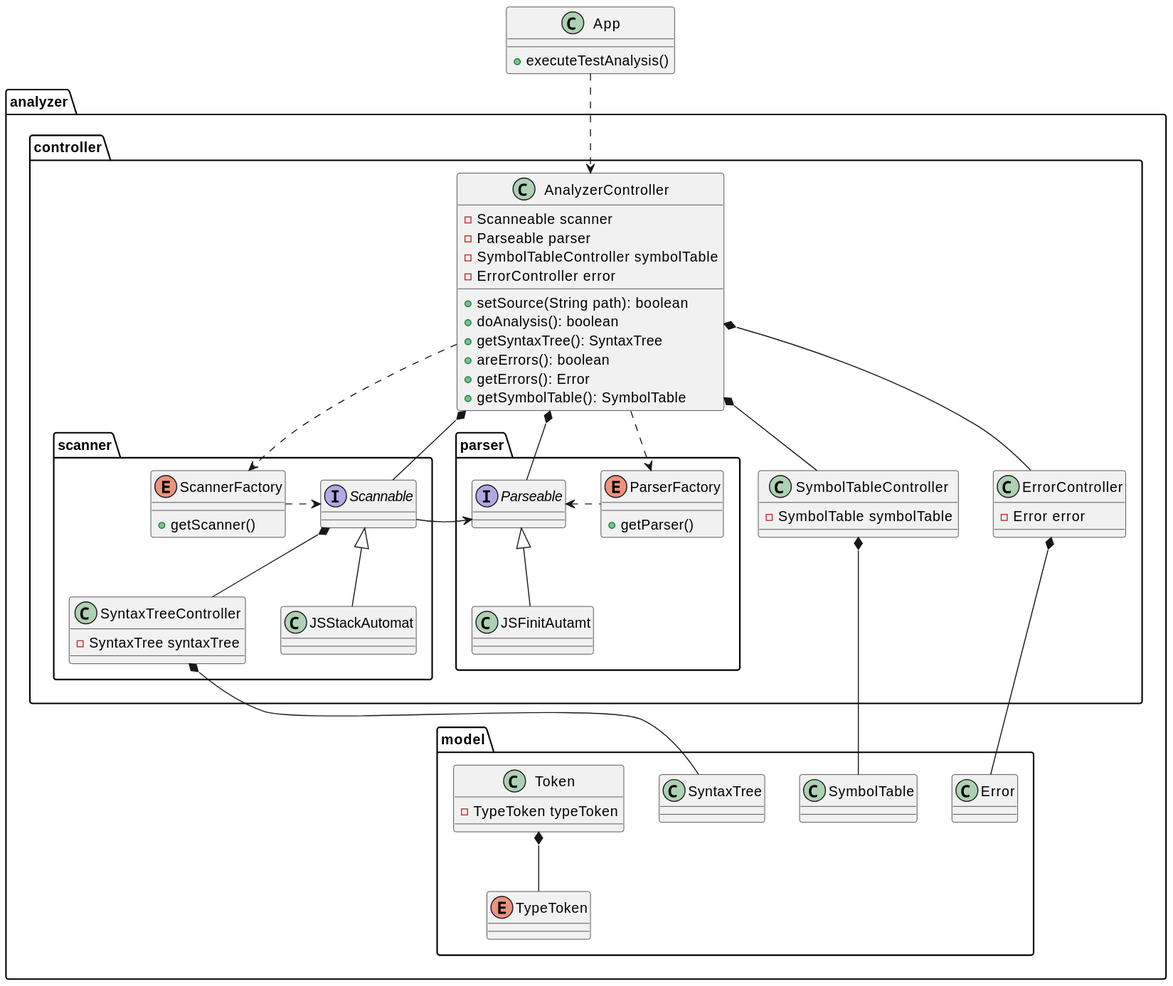
moroquin/parser-scanner-analyzer keeps this PlantUML diagram as docs/out/docs/ClassDiagram/classdiagram.svg. Above is the earlier version.
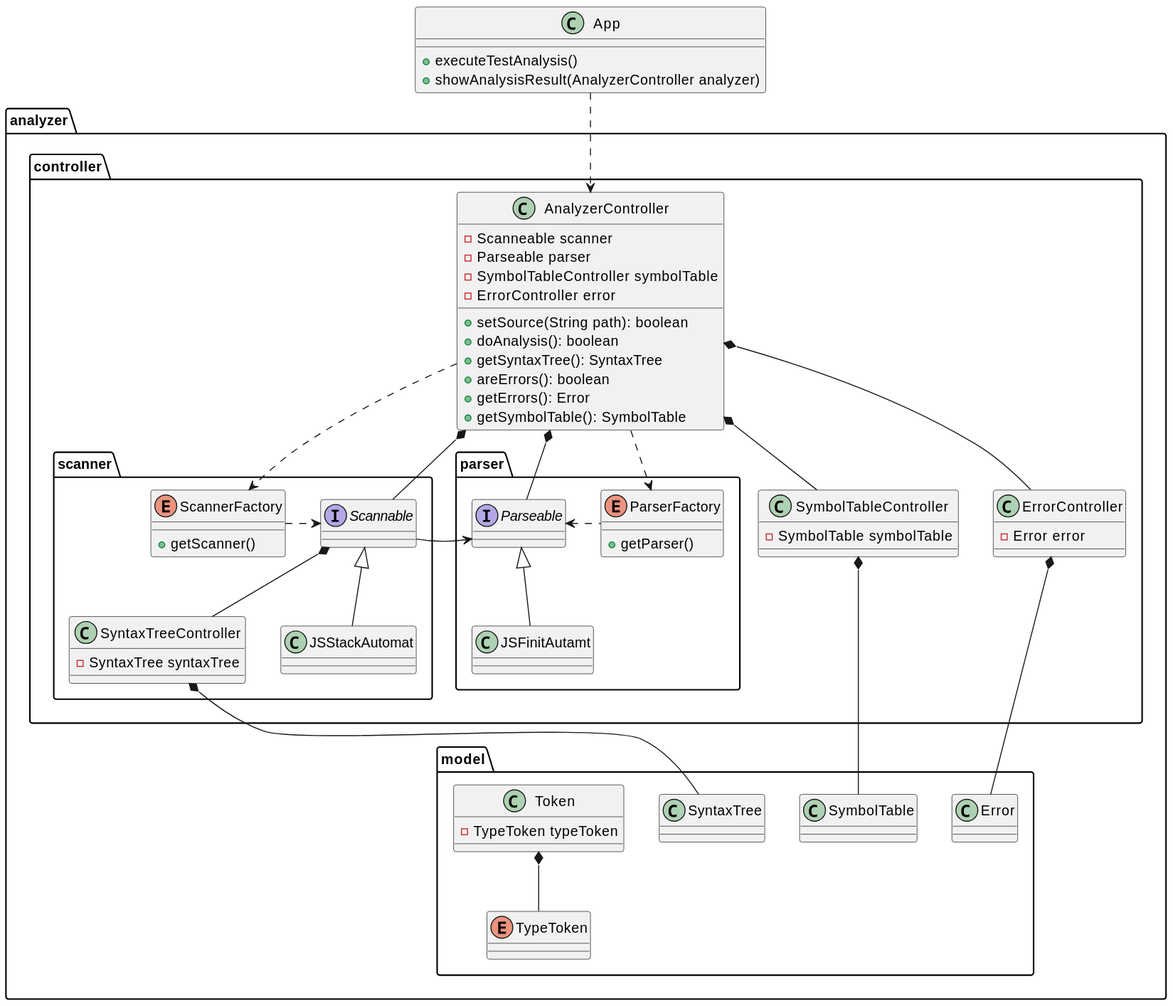
The same file after the commit.

What changed in the source:
```diff
@@ -3,6 +3,7 @@
 
 class App{
     +executeTestAnalysis()
+    +showAnalysisResult(AnalyzerController analyzer)
 }
 
 package analyzer{
```
